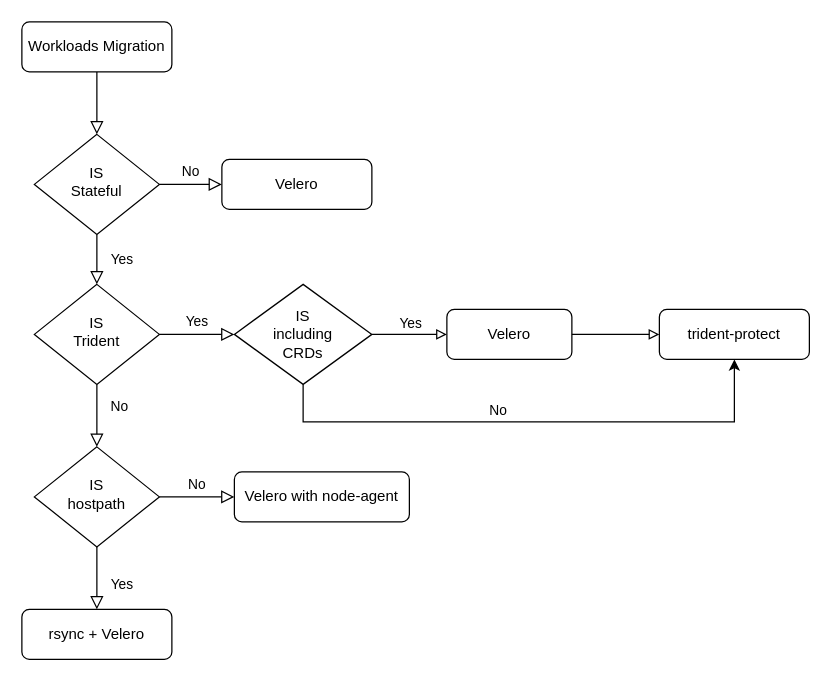
Before: workloads-replatform.drawio in JacieChao/jacie-docs, a draw.io diagram. Source tidied: cells renumbered, new cells numbered last; positions are measured from the earlier drawing's top-left corner, leaving out a move shared by most shapes. Both pictures are drawn from the tidied source at 125%, with x=0, y=0 at pixel (21, 21).
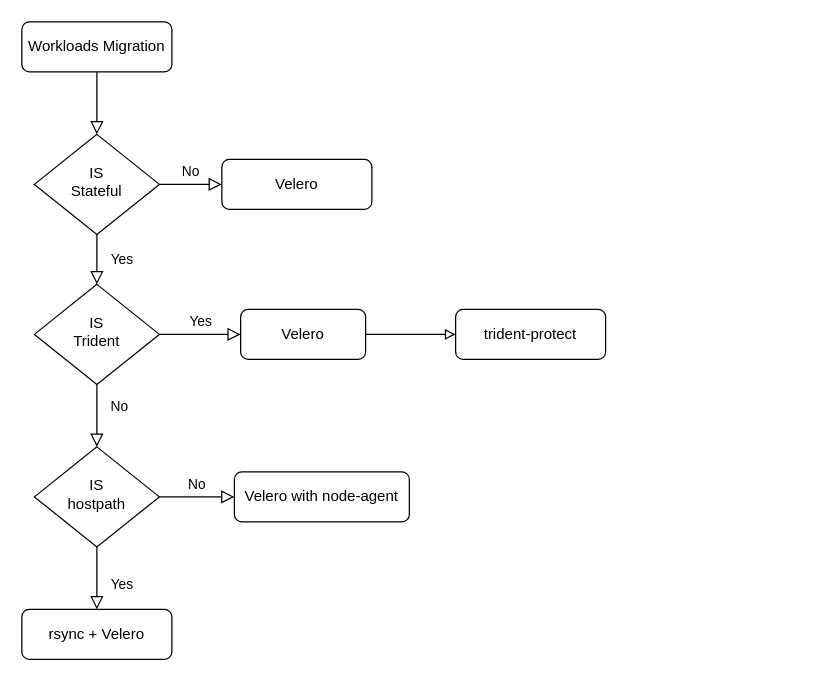
The same page after the edit.

The change refers to these unchanged cells:
```xml
<mxCell id="10" value="IS&lt;div&gt;Trident&lt;/div&gt;" style="rhombus;whiteSpace=wrap;html=1;shadow=0;fontFamily=Helvetica;fontSize=12;align=center;strokeWidth=1;spacing=6;spacingTop=-4;" parent="1" vertex="1">
  <mxGeometry x="10" y="210" width="100" height="80" as="geometry" />
</mxCell>
```

What changed in the source:
```diff
@@
-    <mxCell id="9" value="Yes" style="edgeStyle=orthogonalEdgeStyle;rounded=0;html=1;jettySize=auto;fontSize=11;endArrow=block;endFill=0;endSize=8;strokeWidth=1;shadow=0;labelBackgroundColor=none;entryX=0;entryY=0.5;entryDx=0;entryDy=0;" parent="1" edge="1" source="10" target="16">
+    <mxCell id="9" value="Yes" style="edgeStyle=orthogonalEdgeStyle;rounded=0;html=1;jettySize=auto;fontSize=11;endArrow=block;endFill=0;endSize=8;strokeWidth=1;shadow=0;labelBackgroundColor=none;entryX=0;entryY=0.5;entryDx=0;entryDy=0;" parent="1" edge="1" source="10" target="19">
       <mxGeometry y="10" relative="1" as="geometry" />
     </mxCell>
@@
-    <mxCell id="16" value="IS&lt;div&gt;including&lt;/div&gt;&lt;div&gt;CRDs&lt;/div&gt;" style="rhombus;whiteSpace=wrap;html=1;" parent="1" vertex="1">
-      <mxGeometry x="170" y="210" width="110" height="80" as="geometry" />
-    </mxCell>
-    <mxCell id="17" style="endArrow=block;html=1;rounded=0;exitX=1;exitY=0.5;exitDx=0;exitDy=0;endFill=0;entryX=0;entryY=0.5;entryDx=0;entryDy=0;" parent="1" edge="1" source="16" target="19">
-      <mxGeometry relative="1" as="geometry" />
-    </mxCell>
-    <mxCell id="18" value="Yes" style="edgeLabel;html=1;align=center;verticalAlign=middle;" parent="17" vertex="1">
-      <mxGeometry x="-0.47" relative="1" as="geometry">
-        <mxPoint x="14" y="-10" as="offset" />
-      </mxGeometry>
-    </mxCell>
     <mxCell id="19" value="Velero" style="rounded=1;whiteSpace=wrap;html=1;fontSize=12;glass=0;strokeWidth=1;shadow=0;" parent="1" vertex="1">
-      <mxGeometry x="340" y="230" width="100" height="40" as="geometry" />
+      <mxGeometry x="175" y="230" width="100" height="40" as="geometry" />
     </mxCell>
     <mxCell id="20" value="trident-protect" style="rounded=1;whiteSpace=wrap;html=1;fontSize=12;glass=0;strokeWidth=1;shadow=0;" parent="1" vertex="1">
-      <mxGeometry x="510" y="230" width="120" height="40" as="geometry" />
+      <mxGeometry x="347" y="230" width="120" height="40" as="geometry" />
     </mxCell>
@@
-    <mxCell id="22" style="endArrow=classic;html=1;rounded=0;exitX=0.5;exitY=1;exitDx=0;exitDy=0;entryX=0.5;entryY=1;entryDx=0;entryDy=0;" parent="1" edge="1" source="16" target="20">
-      <mxGeometry relative="1" as="geometry">
-        <Array as="points">
-          <mxPoint x="225" y="320" />
-          <mxPoint x="570" y="320" />
-        </Array>
-      </mxGeometry>
-    </mxCell>
-    <mxCell id="23" value="No" style="edgeLabel;html=1;align=center;verticalAlign=middle;" parent="22" vertex="1">
-      <mxGeometry x="-0.13" relative="1" as="geometry">
-        <mxPoint y="-10" as="offset" />
-      </mxGeometry>
-    </mxCell>
```
